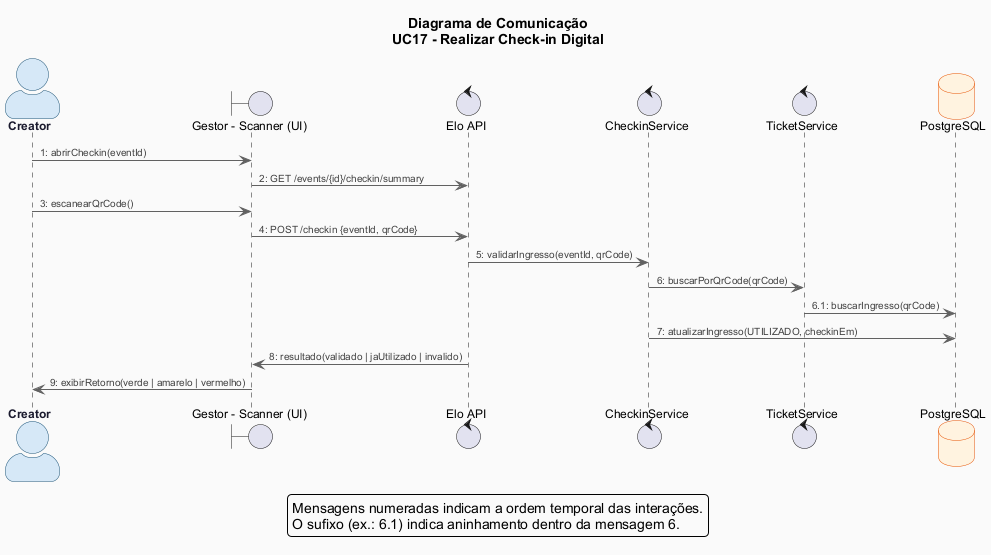
This is trabalho-final/diagramas/imagens/comunicacao-checkin.png from LauraPontara/projeto-de-software, a PlantUML export, as it was before one commit.
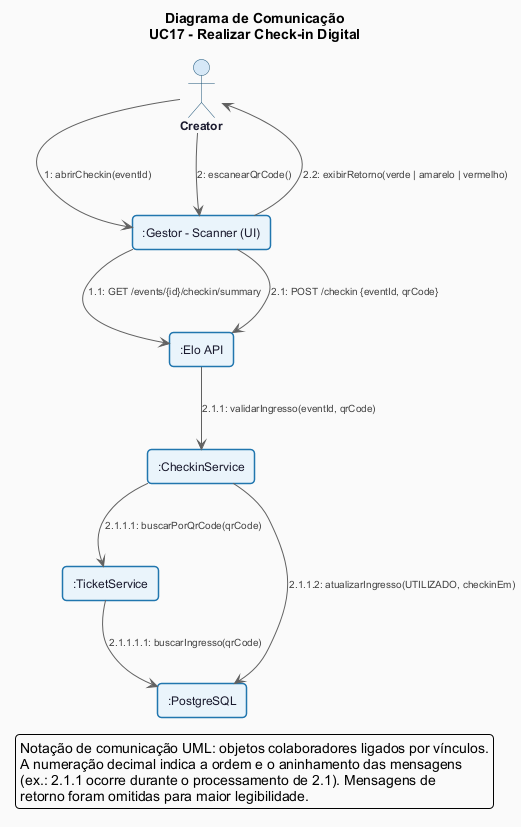
The same diagram one commit later.

Commit message:
Reformula diagramas de comunicacao para notacao de colaboracao UML

The edit, as a diff of the source:
```diff
@@ -3,29 +3,38 @@
 
 title Diagrama de Comunicação\nUC17 - Realizar Check-in Digital
 
-skinparam actorStyle awesome
+skinparam rectangle {
+  BackgroundColor #EAF4FB
+  BorderColor     #2176AE
+  FontColor       #1A1A2E
+  FontStyle       plain
+  FontSize        12
+  BorderThickness 1.5
+}
 
-actor "Creator" as CRE
-boundary "Gestor - Scanner (UI)" as UI
-control  "Elo API"        as API
-control  "CheckinService" as CHK
-control  "TicketService"  as TCK
-database "PostgreSQL"     as DB
+actor     "Creator" as CRE
+rectangle ":Gestor - Scanner (UI)" as UI
+rectangle ":Elo API"        as API
+rectangle ":CheckinService" as CHK
+rectangle ":TicketService"  as TCK
+rectangle ":PostgreSQL"     as DB
 
-CRE -> UI  : 1: abrirCheckin(eventId)
-UI  -> API : 2: GET /events/{id}/checkin/summary
-CRE -> UI  : 3: escanearQrCode()
-UI  -> API : 4: POST /checkin {eventId, qrCode}
-API -> CHK : 5: validarIngresso(eventId, qrCode)
-CHK -> TCK : 6: buscarPorQrCode(qrCode)
-TCK -> DB  : 6.1: buscarIngresso(qrCode)
-CHK -> DB  : 7: atualizarIngresso(UTILIZADO, checkinEm)
-API -> UI  : 8: resultado(validado | jaUtilizado | invalido)
-UI  -> CRE : 9: exibirRetorno(verde | amarelo | vermelho)
+CRE --> UI  : "1: abrirCheckin(eventId)"
+UI  --> API : "1.1: GET /events/{id}/checkin/summary"
+
+CRE --> UI  : "2: escanearQrCode()"
+UI  --> API : "2.1: POST /checkin {eventId, qrCode}"
+API --> CHK : "2.1.1: validarIngresso(eventId, qrCode)"
+CHK --> TCK : "2.1.1.1: buscarPorQrCode(qrCode)"
+TCK --> DB  : "2.1.1.1.1: buscarIngresso(qrCode)"
+CHK --> DB  : "2.1.1.2: atualizarIngresso(UTILIZADO, checkinEm)"
+UI  --> CRE : "2.2: exibirRetorno(verde | amarelo | vermelho)"
 
 legend bottom
-  Mensagens numeradas indicam a ordem temporal das interações.
-  O sufixo (ex.: 6.1) indica aninhamento dentro da mensagem 6.
+  Notação de comunicação UML: objetos colaboradores ligados por vínculos.
+  A numeração decimal indica a ordem e o aninhamento das mensagens
+  (ex.: 2.1.1 ocorre durante o processamento de 2.1). Mensagens de
+  retorno foram omitidas para maior legibilidade.
 endlegend
 
 @enduml
```
